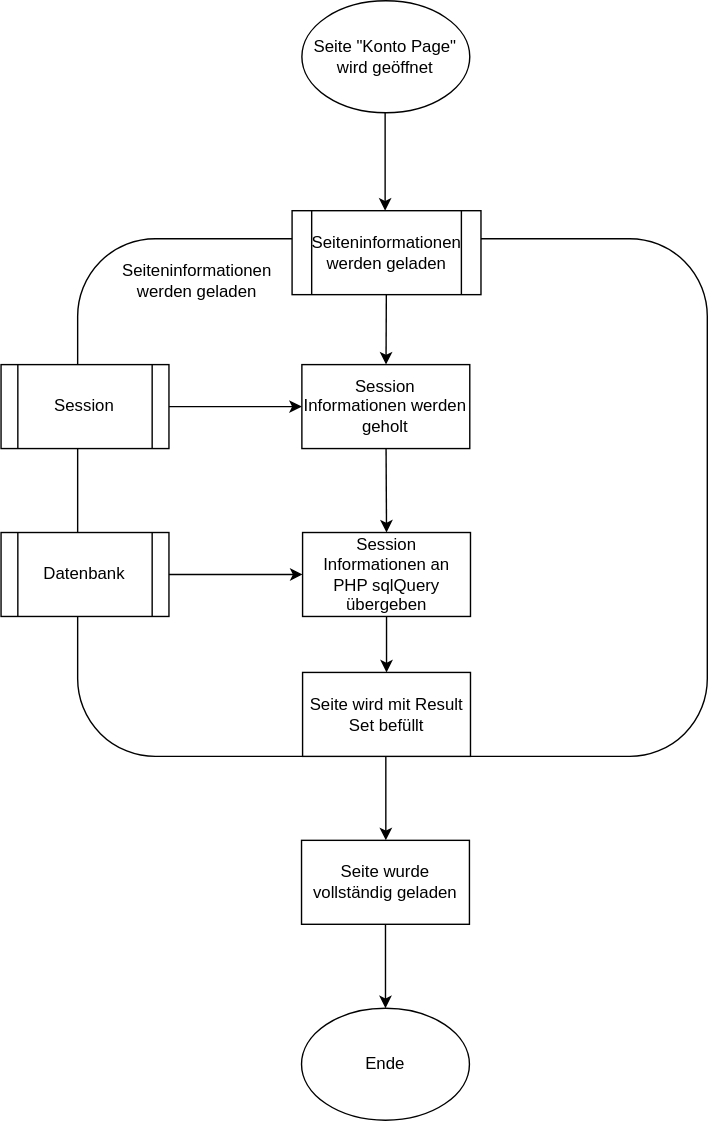
The draw.io diagram drawio/flussdiagramm_KontoPage_User_Daten_laden.drawio.svg in Projektarbeiten/ProjectPlatypus, before a commit. Source tidied: cells renumbered, new cells last; positions are measured from the earlier drawing's top-left corner, leaving out a move shared by most shapes. Its diagram source:
```xml
<mxGraphModel>
  <root>
    <mxCell id="0" />
    <mxCell id="1" parent="0" />
    <mxCell id="2" value="Seite &quot;Konto Page&quot; wird geöffnet" style="ellipse;whiteSpace=wrap;html=1;" parent="1" vertex="1">
      <mxGeometry x="215.2" width="120" height="80" as="geometry" />
    </mxCell>
    <mxCell id="3" style="edgeStyle=none;html=1;entryX=0.5;entryY=0;entryDx=0;entryDy=0;exitX=0.5;exitY=1;exitDx=0;exitDy=0;" parent="1" edge="1">
      <mxGeometry relative="1" as="geometry">
        <mxPoint x="274.8" y="80" as="sourcePoint" />
        <mxPoint x="274.8" y="150" as="targetPoint" />
      </mxGeometry>
    </mxCell>
    <mxCell id="4" style="edgeStyle=none;html=1;exitX=0.5;exitY=1;exitDx=0;exitDy=0;" parent="1" edge="1" source="20" target="5">
      <mxGeometry relative="1" as="geometry" />
    </mxCell>
    <mxCell id="5" value="Ende" style="ellipse;whiteSpace=wrap;html=1;" parent="1" vertex="1">
      <mxGeometry x="215" y="720" width="120" height="80" as="geometry" />
    </mxCell>
    <mxCell id="6" style="rounded=1;whiteSpace=wrap;html=1;" parent="1" vertex="1">
      <mxGeometry x="55" y="170" width="450" height="370" as="geometry" />
    </mxCell>
    <mxCell id="7" value="&lt;span style=&quot;&quot;&gt;Seiteninformationen&lt;br&gt;werden geladen&lt;/span&gt;" style="text;html=1;align=center;verticalAlign=middle;strokeColor=none;fillColor=none;" parent="1" vertex="1">
      <mxGeometry x="75.2" y="180" width="130" height="40" as="geometry" />
    </mxCell>
    <mxCell id="8" style="edgeStyle=none;html=1;" parent="1" edge="1" source="9" target="11">
      <mxGeometry relative="1" as="geometry" />
    </mxCell>
    <mxCell id="9" value="&lt;span style=&quot;&quot;&gt;Seiteninformationen&lt;/span&gt;&lt;br style=&quot;&quot;&gt;&lt;span style=&quot;&quot;&gt;werden geladen&lt;/span&gt;" style="shape=process;whiteSpace=wrap;html=1;backgroundOutline=1;" parent="1" vertex="1">
      <mxGeometry x="208.2" y="150" width="135" height="60" as="geometry" />
    </mxCell>
    <mxCell id="10" style="edgeStyle=none;html=1;entryX=0.5;entryY=0;entryDx=0;entryDy=0;" parent="1" edge="1" source="11" target="13">
      <mxGeometry relative="1" as="geometry" />
    </mxCell>
    <mxCell id="11" value="Session Informationen werden geholt" style="rounded=0;whiteSpace=wrap;html=1;" parent="1" vertex="1">
      <mxGeometry x="215.2" y="260" width="120" height="60" as="geometry" />
    </mxCell>
    <mxCell id="12" style="edgeStyle=none;html=1;" parent="1" edge="1" source="13" target="16">
      <mxGeometry relative="1" as="geometry" />
    </mxCell>
    <mxCell id="13" value="Session Informationen an PHP sqlQuery übergeben" style="rounded=0;whiteSpace=wrap;html=1;" parent="1" vertex="1">
      <mxGeometry x="215.8" y="380" width="120" height="60" as="geometry" />
    </mxCell>
    <mxCell id="14" value="Datenbank" style="shape=process;whiteSpace=wrap;html=1;backgroundOutline=1;" parent="1" vertex="1">
      <mxGeometry x="0.2" y="380" width="120" height="60" as="geometry" />
    </mxCell>
    <mxCell id="15" style="endArrow=classic;html=1;exitX=1;exitY=0.5;exitDx=0;exitDy=0;entryX=0;entryY=0.5;entryDx=0;entryDy=0;" parent="1" edge="1" source="14" target="13">
      <mxGeometry relative="1" as="geometry" />
    </mxCell>
    <mxCell id="16" value="Seite wird mit Result Set befüllt" style="rounded=0;whiteSpace=wrap;html=1;" parent="1" vertex="1">
      <mxGeometry x="215.8" y="480" width="120" height="60" as="geometry" />
    </mxCell>
    <mxCell id="17" style="edgeStyle=none;html=1;" parent="1" edge="1" source="18" target="11">
      <mxGeometry relative="1" as="geometry" />
    </mxCell>
    <mxCell id="18" value="Session" style="shape=process;whiteSpace=wrap;html=1;backgroundOutline=1;" parent="1" vertex="1">
      <mxGeometry x="0.2" y="260" width="120" height="60" as="geometry" />
    </mxCell>
    <mxCell id="19" style="edgeStyle=none;html=1;exitX=0.5;exitY=1;exitDx=0;exitDy=0;" parent="1" edge="1">
      <mxGeometry relative="1" as="geometry">
        <mxPoint x="275.2" y="540" as="sourcePoint" />
        <mxPoint x="275.2" y="600" as="targetPoint" />
      </mxGeometry>
    </mxCell>
    <mxCell id="20" value="Seite wurde vollständig geladen" style="rounded=0;whiteSpace=wrap;html=1;" parent="1" vertex="1">
      <mxGeometry x="215" y="600" width="120" height="60" as="geometry" />
    </mxCell>
  </root>
</mxGraphModel>
```
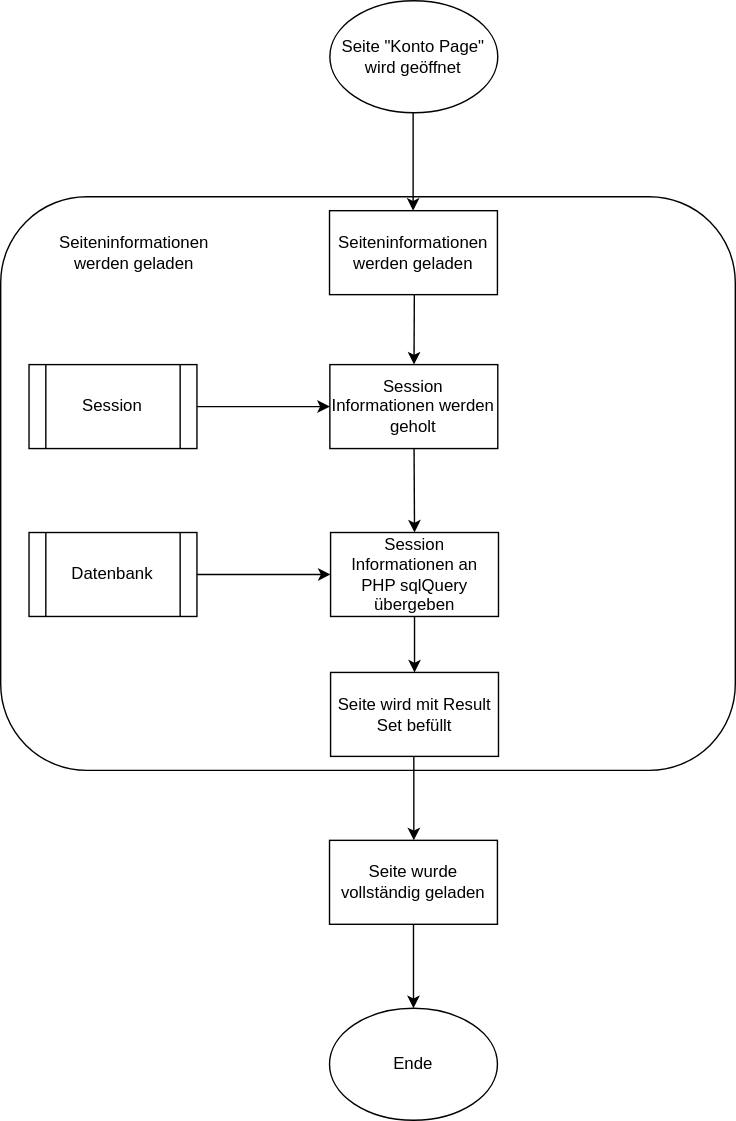
Above is the later version.

Commit message:
Flussdiagramm 'KontoPage_User_daten_laden' aktualisiert

Diff of the diagram source:
```diff
@@ -5,12 +5,6 @@
     <mxCell id="2" value="Seite &quot;Konto Page&quot; wird geöffnet" style="ellipse;whiteSpace=wrap;html=1;" parent="1" vertex="1">
       <mxGeometry x="215.2" width="120" height="80" as="geometry" />
     </mxCell>
-    <mxCell id="3" style="edgeStyle=none;html=1;entryX=0.5;entryY=0;entryDx=0;entryDy=0;exitX=0.5;exitY=1;exitDx=0;exitDy=0;" parent="1" edge="1">
-      <mxGeometry relative="1" as="geometry">
-        <mxPoint x="274.8" y="80" as="sourcePoint" />
-        <mxPoint x="274.8" y="150" as="targetPoint" />
-      </mxGeometry>
-    </mxCell>
     <mxCell id="4" style="edgeStyle=none;html=1;exitX=0.5;exitY=1;exitDx=0;exitDy=0;" parent="1" edge="1" source="20" target="5">
       <mxGeometry relative="1" as="geometry" />
     </mxCell>
@@ -18,17 +12,16 @@
       <mxGeometry x="215" y="720" width="120" height="80" as="geometry" />
     </mxCell>
     <mxCell id="6" style="rounded=1;whiteSpace=wrap;html=1;" parent="1" vertex="1">
-      <mxGeometry x="55" y="170" width="450" height="370" as="geometry" />
+      <mxGeometry x="-20" y="140" width="525" height="410" as="geometry" />
     </mxCell>
     <mxCell id="7" value="&lt;span style=&quot;&quot;&gt;Seiteninformationen&lt;br&gt;werden geladen&lt;/span&gt;" style="text;html=1;align=center;verticalAlign=middle;strokeColor=none;fillColor=none;" parent="1" vertex="1">
-      <mxGeometry x="75.2" y="180" width="130" height="40" as="geometry" />
+      <mxGeometry x="10" y="160" width="130" height="40" as="geometry" />
     </mxCell>
-    <mxCell id="8" style="edgeStyle=none;html=1;" parent="1" edge="1" source="9" target="11">
-      <mxGeometry relative="1" as="geometry" />
+    <mxCell id="8" style="edgeStyle=none;html=1;" parent="1" edge="1" target="11">
+      <mxGeometry relative="1" as="geometry">
+        <mxPoint x="275.6" y="210" as="sourcePoint" />
+      </mxGeometry>
     </mxCell>
-    <mxCell id="9" value="&lt;span style=&quot;&quot;&gt;Seiteninformationen&lt;/span&gt;&lt;br style=&quot;&quot;&gt;&lt;span style=&quot;&quot;&gt;werden geladen&lt;/span&gt;" style="shape=process;whiteSpace=wrap;html=1;backgroundOutline=1;" parent="1" vertex="1">
-      <mxGeometry x="208.2" y="150" width="135" height="60" as="geometry" />
-    </mxCell>
     <mxCell id="10" style="edgeStyle=none;html=1;entryX=0.5;entryY=0;entryDx=0;entryDy=0;" parent="1" edge="1" source="11" target="13">
       <mxGeometry relative="1" as="geometry" />
     </mxCell>
@@ -65,5 +58,14 @@
     <mxCell id="20" value="Seite wurde vollständig geladen" style="rounded=0;whiteSpace=wrap;html=1;" parent="1" vertex="1">
       <mxGeometry x="215" y="600" width="120" height="60" as="geometry" />
     </mxCell>
+    <mxCell id="21" style="edgeStyle=none;html=1;entryX=0.5;entryY=0;entryDx=0;entryDy=0;exitX=0.5;exitY=1;exitDx=0;exitDy=0;" parent="1" edge="1">
+      <mxGeometry relative="1" as="geometry">
+        <mxPoint x="274.8" y="80" as="sourcePoint" />
+        <mxPoint x="274.8" y="150" as="targetPoint" />
+      </mxGeometry>
+    </mxCell>
+    <mxCell id="9" value="Seiteninformationen&lt;br&gt;werden geladen" style="rounded=0;whiteSpace=wrap;html=1;" parent="1" vertex="1">
+      <mxGeometry x="215" y="150" width="120" height="60" as="geometry" />
+    </mxCell>
   </root>
 </mxGraphModel>
```
